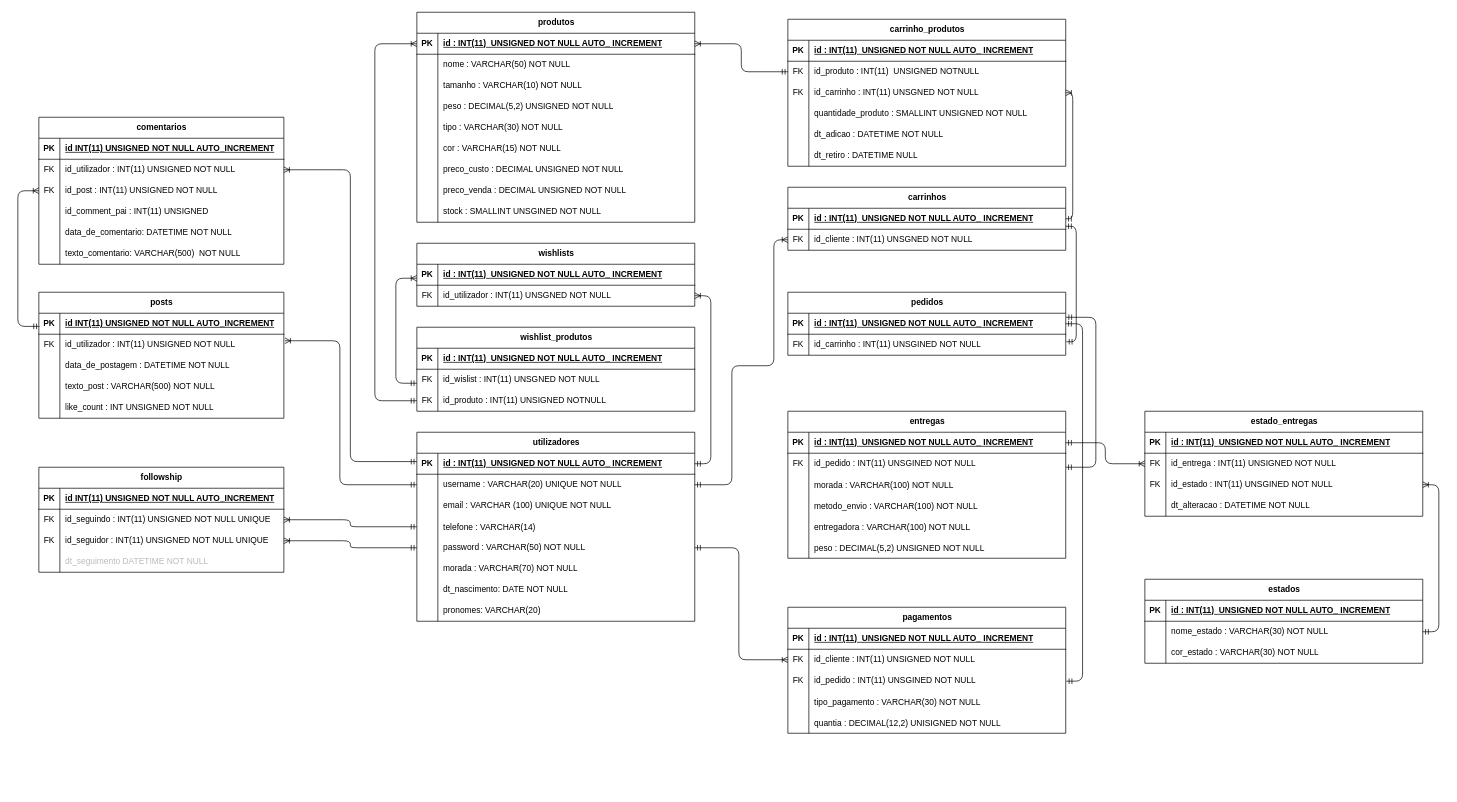
This is 00_PAP_Codigos/DB/imoral_modelo_er.dio from FabioVitok/PAP, a draw.io file, before an edit. Source tidied: cells renumbered, new cells numbered last; positions are measured from the earlier drawing's top-left corner, leaving out a move shared by most shapes. Both pictures are drawn from the tidied source at 70%, with x=0, y=0 at pixel (18, 12).
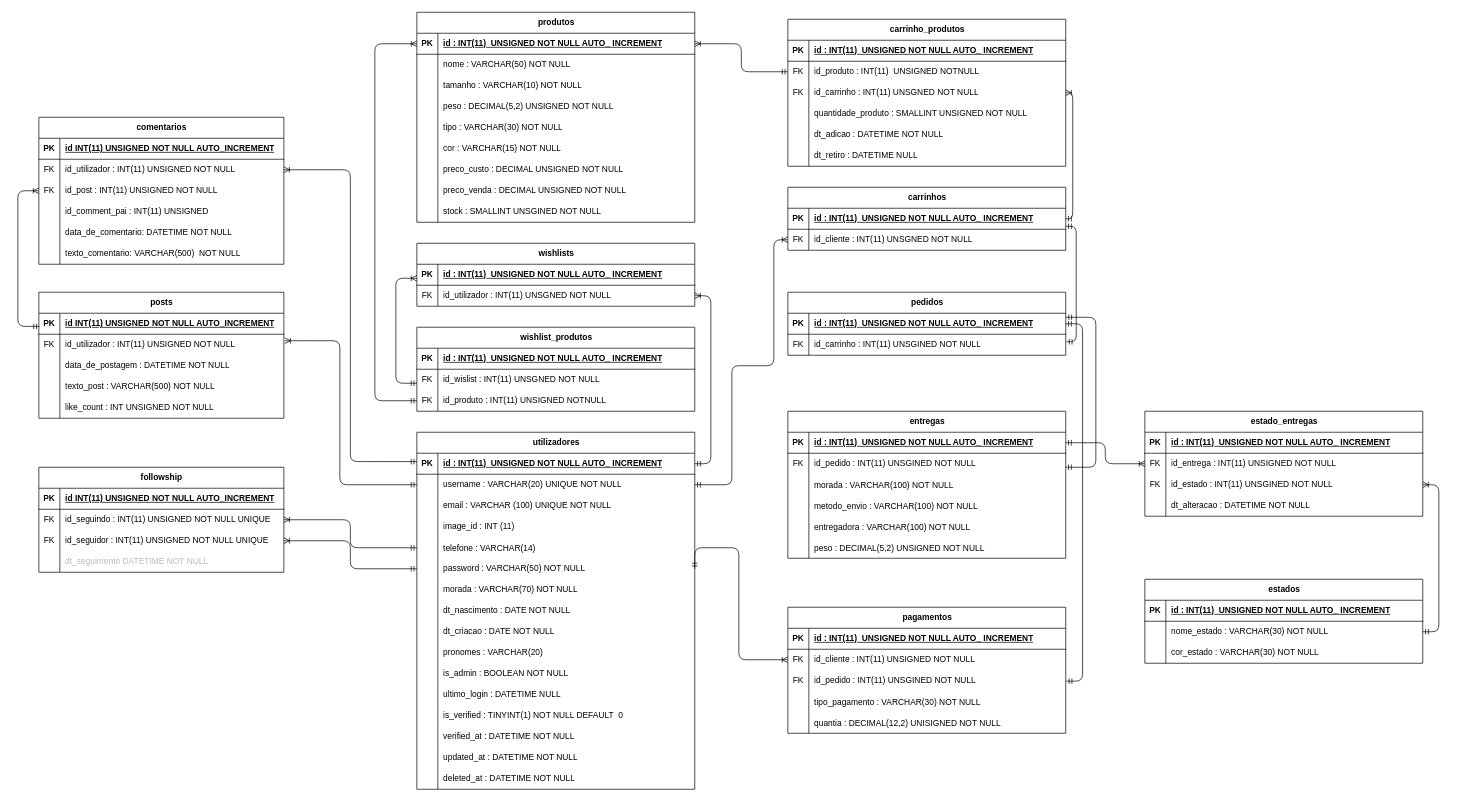
The same page after the edit.

Change to the diagram source:
```diff
@@
     <mxCell id="18" value="utilizadores" style="shape=table;startSize=30;childLayout=tableLayout;rowLines=0;fontStyle=1;align=center;html=1;" parent="1" vertex="1">
-      <mxGeometry x="570" y="600" width="397" height="270" as="geometry" />
+      <mxGeometry x="570" y="600" width="397" height="510" as="geometry" />
     </mxCell>
@@
+    <mxCell id="228" style="shape=tableRow;horizontal=0;startSize=0;swimlaneHead=0;swimlaneBody=0;fillColor=none;top=0;left=0;right=0;bottom=0;" parent="18" vertex="1">
+      <mxGeometry y="120" width="397" height="30" as="geometry" />
+    </mxCell>
+    <mxCell id="229" style="shape=partialRectangle;fillColor=none;top=0;left=0;bottom=0;right=0;overflow=hidden;whiteSpace=wrap;html=1;" parent="228" vertex="1">
+      <mxGeometry width="30" height="30" as="geometry" />
+    </mxCell>
+    <mxCell id="230" value="image_id : INT (11)" style="shape=partialRectangle;fillColor=none;top=0;left=0;bottom=0;right=0;align=left;spacingLeft=6;overflow=hidden;whiteSpace=wrap;html=1;" parent="228" vertex="1">
+      <mxGeometry x="30" width="367" height="30" as="geometry" />
+    </mxCell>
     <mxCell id="28" style="shape=tableRow;horizontal=0;startSize=0;swimlaneHead=0;swimlaneBody=0;fillColor=none;points=[[0,0.5],[1,0.5]];portConstraint=eastwest;top=0;left=0;right=0;bottom=0;" parent="18" vertex="1">
-      <mxGeometry y="120" width="397" height="30" as="geometry" />
+      <mxGeometry y="150" width="397" height="30" as="geometry" />
     </mxCell>
@@
     <mxCell id="31" style="shape=tableRow;horizontal=0;startSize=0;swimlaneHead=0;swimlaneBody=0;fillColor=none;points=[[0,0.5],[1,0.5]];portConstraint=eastwest;top=0;left=0;right=0;bottom=0;" parent="18" vertex="1">
-      <mxGeometry y="150" width="397" height="30" as="geometry" />
+      <mxGeometry y="180" width="397" height="30" as="geometry" />
     </mxCell>
@@
     <mxCell id="34" style="shape=tableRow;horizontal=0;startSize=0;swimlaneHead=0;swimlaneBody=0;fillColor=none;top=0;left=0;right=0;bottom=0;" parent="18" vertex="1">
-      <mxGeometry y="180" width="397" height="30" as="geometry" />
+      <mxGeometry y="210" width="397" height="30" as="geometry" />
     </mxCell>
@@
     <mxCell id="37" style="shape=tableRow;horizontal=0;startSize=0;swimlaneHead=0;swimlaneBody=0;fillColor=none;top=0;left=0;right=0;bottom=0;" parent="18" vertex="1">
-      <mxGeometry y="210" width="397" height="30" as="geometry" />
+      <mxGeometry y="240" width="397" height="30" as="geometry" />
     </mxCell>
@@
-    <mxCell id="39" value="dt_nascimento: DATE NOT NULL" style="shape=partialRectangle;fillColor=none;top=0;left=0;bottom=0;right=0;align=left;spacingLeft=6;overflow=hidden;whiteSpace=wrap;html=1;" parent="37" vertex="1">
+    <mxCell id="39" value="dt_nascimento : DATE NOT NULL" style="shape=partialRectangle;fillColor=none;top=0;left=0;bottom=0;right=0;align=left;spacingLeft=6;overflow=hidden;whiteSpace=wrap;html=1;" parent="37" vertex="1">
       <mxGeometry x="30" width="367" height="30" as="geometry" />
     </mxCell>
+    <mxCell id="231" style="shape=tableRow;horizontal=0;startSize=0;swimlaneHead=0;swimlaneBody=0;fillColor=none;top=0;left=0;right=0;bottom=0;" parent="18" vertex="1">
+      <mxGeometry y="270" width="397" height="30" as="geometry" />
+    </mxCell>
+    <mxCell id="232" style="shape=partialRectangle;fillColor=none;top=0;left=0;bottom=0;right=0;overflow=hidden;whiteSpace=wrap;html=1;" parent="231" vertex="1">
+      <mxGeometry width="30" height="30" as="geometry" />
+    </mxCell>
+    <mxCell id="233" value="dt_criacao : DATE NOT NULL" style="shape=partialRectangle;fillColor=none;top=0;left=0;bottom=0;right=0;align=left;spacingLeft=6;overflow=hidden;whiteSpace=wrap;html=1;" parent="231" vertex="1">
+      <mxGeometry x="30" width="367" height="30" as="geometry" />
+    </mxCell>
     <mxCell id="40" style="shape=tableRow;horizontal=0;startSize=0;swimlaneHead=0;swimlaneBody=0;fillColor=none;top=0;left=0;right=0;bottom=0;" parent="18" vertex="1">
-      <mxGeometry y="240" width="397" height="30" as="geometry" />
+      <mxGeometry y="300" width="397" height="30" as="geometry" />
     </mxCell>
@@
-    <mxCell id="42" value="pronomes: VARCHAR(20)" style="shape=partialRectangle;fillColor=none;top=0;left=0;bottom=0;right=0;align=left;spacingLeft=6;overflow=hidden;whiteSpace=wrap;html=1;" parent="40" vertex="1">
+    <mxCell id="42" value="pronomes : VARCHAR(20)" style="shape=partialRectangle;fillColor=none;top=0;left=0;bottom=0;right=0;align=left;spacingLeft=6;overflow=hidden;whiteSpace=wrap;html=1;" parent="40" vertex="1">
       <mxGeometry x="30" width="367" height="30" as="geometry" />
     </mxCell>
+    <mxCell id="234" style="shape=tableRow;horizontal=0;startSize=0;swimlaneHead=0;swimlaneBody=0;fillColor=none;top=0;left=0;right=0;bottom=0;" parent="18" vertex="1">
+      <mxGeometry y="330" width="397" height="30" as="geometry" />
+    </mxCell>
+    <mxCell id="235" style="shape=partialRectangle;fillColor=none;top=0;left=0;bottom=0;right=0;overflow=hidden;whiteSpace=wrap;html=1;" parent="234" vertex="1">
+      <mxGeometry width="30" height="30" as="geometry" />
+    </mxCell>
+    <mxCell id="236" value="is_admin : BOOLEAN NOT NULL" style="shape=partialRectangle;fillColor=none;top=0;left=0;bottom=0;right=0;align=left;spacingLeft=6;overflow=hidden;whiteSpace=wrap;html=1;" parent="234" vertex="1">
+      <mxGeometry x="30" width="367" height="30" as="geometry" />
+    </mxCell>
+    <mxCell id="237" style="shape=tableRow;horizontal=0;startSize=0;swimlaneHead=0;swimlaneBody=0;fillColor=none;top=0;left=0;right=0;bottom=0;" parent="18" vertex="1">
+      <mxGeometry y="360" width="397" height="30" as="geometry" />
+    </mxCell>
+    <mxCell id="238" style="shape=partialRectangle;fillColor=none;top=0;left=0;bottom=0;right=0;overflow=hidden;whiteSpace=wrap;html=1;" parent="237" vertex="1">
+      <mxGeometry width="30" height="30" as="geometry" />
+    </mxCell>
+    <mxCell id="239" value="ultimo_login : DATETIME NULL" style="shape=partialRectangle;fillColor=none;top=0;left=0;bottom=0;right=0;align=left;spacingLeft=6;overflow=hidden;whiteSpace=wrap;html=1;" parent="237" vertex="1">
+      <mxGeometry x="30" width="367" height="30" as="geometry" />
+    </mxCell>
+    <mxCell id="240" style="shape=tableRow;horizontal=0;startSize=0;swimlaneHead=0;swimlaneBody=0;fillColor=none;top=0;left=0;right=0;bottom=0;" parent="18" vertex="1">
+      <mxGeometry y="390" width="397" height="30" as="geometry" />
+    </mxCell>
+    <mxCell id="241" style="shape=partialRectangle;fillColor=none;top=0;left=0;bottom=0;right=0;overflow=hidden;whiteSpace=wrap;html=1;" parent="240" vertex="1">
+      <mxGeometry width="30" height="30" as="geometry" />
+    </mxCell>
+    <mxCell id="242" value="is_verified : TINYINT(1) NOT NULL DEFAULT&amp;nbsp; 0" style="shape=partialRectangle;fillColor=none;top=0;left=0;bottom=0;right=0;align=left;spacingLeft=6;overflow=hidden;whiteSpace=wrap;html=1;" parent="240" vertex="1">
+      <mxGeometry x="30" width="367" height="30" as="geometry" />
+    </mxCell>
+    <mxCell id="243" style="shape=tableRow;horizontal=0;startSize=0;swimlaneHead=0;swimlaneBody=0;fillColor=none;top=0;left=0;right=0;bottom=0;" parent="18" vertex="1">
+      <mxGeometry y="420" width="397" height="30" as="geometry" />
+    </mxCell>
+    <mxCell id="244" style="shape=partialRectangle;fillColor=none;top=0;left=0;bottom=0;right=0;overflow=hidden;whiteSpace=wrap;html=1;" parent="243" vertex="1">
+      <mxGeometry width="30" height="30" as="geometry" />
+    </mxCell>
+    <mxCell id="245" value="verified_at : DATETIME NOT NULL" style="shape=partialRectangle;fillColor=none;top=0;left=0;bottom=0;right=0;align=left;spacingLeft=6;overflow=hidden;whiteSpace=wrap;html=1;" parent="243" vertex="1">
+      <mxGeometry x="30" width="367" height="30" as="geometry" />
+    </mxCell>
+    <mxCell id="246" style="shape=tableRow;horizontal=0;startSize=0;swimlaneHead=0;swimlaneBody=0;fillColor=none;top=0;left=0;right=0;bottom=0;" parent="18" vertex="1">
+      <mxGeometry y="450" width="397" height="30" as="geometry" />
+    </mxCell>
+    <mxCell id="247" style="shape=partialRectangle;fillColor=none;top=0;left=0;bottom=0;right=0;overflow=hidden;whiteSpace=wrap;html=1;" parent="246" vertex="1">
+      <mxGeometry width="30" height="30" as="geometry" />
+    </mxCell>
+    <mxCell id="248" value="updated_at : DATETIME NOT NULL" style="shape=partialRectangle;fillColor=none;top=0;left=0;bottom=0;right=0;align=left;spacingLeft=6;overflow=hidden;whiteSpace=wrap;html=1;" parent="246" vertex="1">
+      <mxGeometry x="30" width="367" height="30" as="geometry" />
+    </mxCell>
+    <mxCell id="249" style="shape=tableRow;horizontal=0;startSize=0;swimlaneHead=0;swimlaneBody=0;fillColor=none;top=0;left=0;right=0;bottom=0;" parent="18" vertex="1">
+      <mxGeometry y="480" width="397" height="30" as="geometry" />
+    </mxCell>
+    <mxCell id="250" style="shape=partialRectangle;fillColor=none;top=0;left=0;bottom=0;right=0;overflow=hidden;whiteSpace=wrap;html=1;" parent="249" vertex="1">
+      <mxGeometry width="30" height="30" as="geometry" />
+    </mxCell>
+    <mxCell id="251" value="deleted_at : DATETIME NOT NULL" style="shape=partialRectangle;fillColor=none;top=0;left=0;bottom=0;right=0;align=left;spacingLeft=6;overflow=hidden;whiteSpace=wrap;html=1;" parent="249" vertex="1">
+      <mxGeometry x="30" width="367" height="30" as="geometry" />
+    </mxCell>
```
